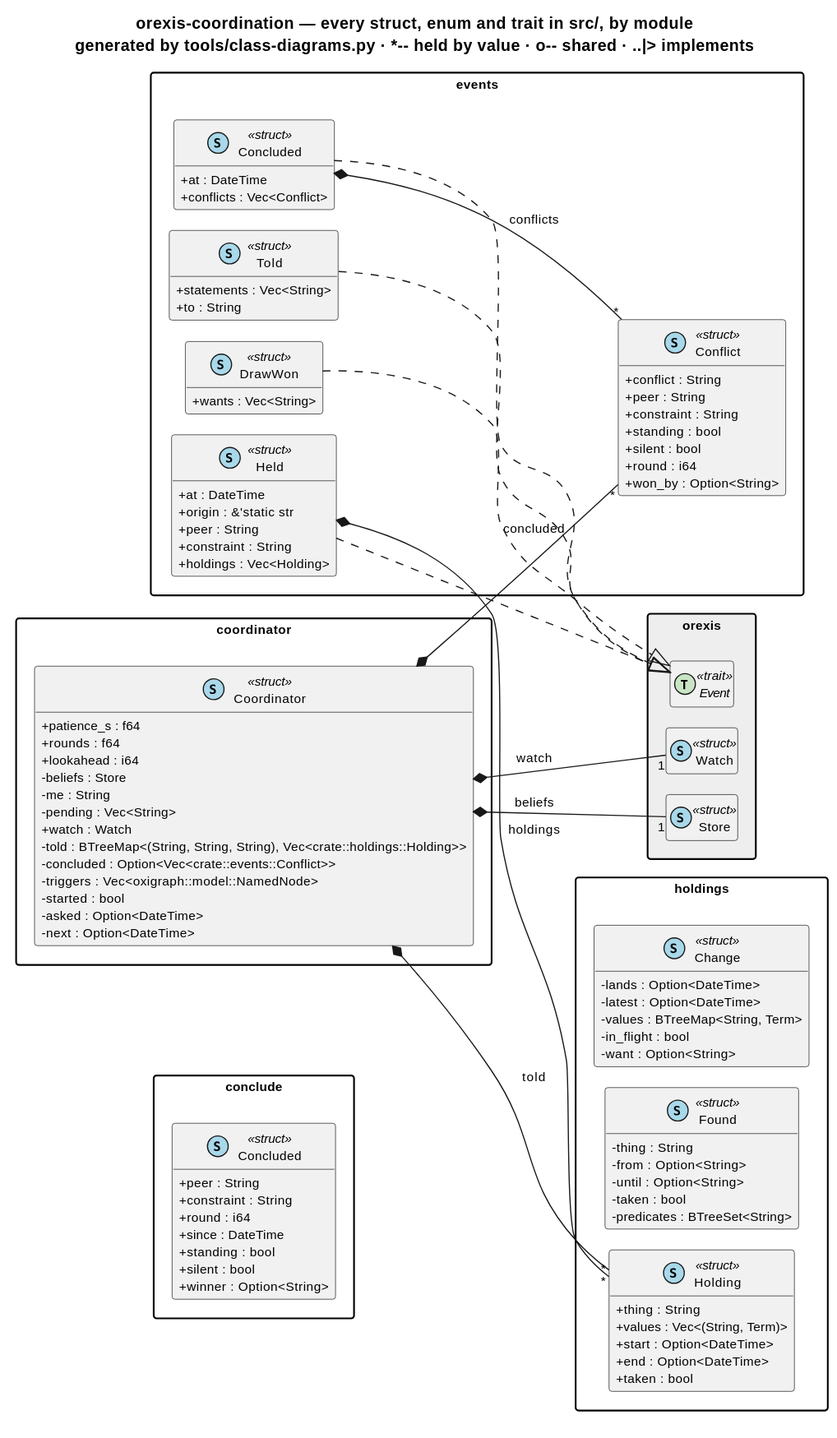
This is knowledge/diagrams/package-orexis-coordination.svg from ShishkinDmitriy/orexis, a PlantUML export, as it was before one commit.
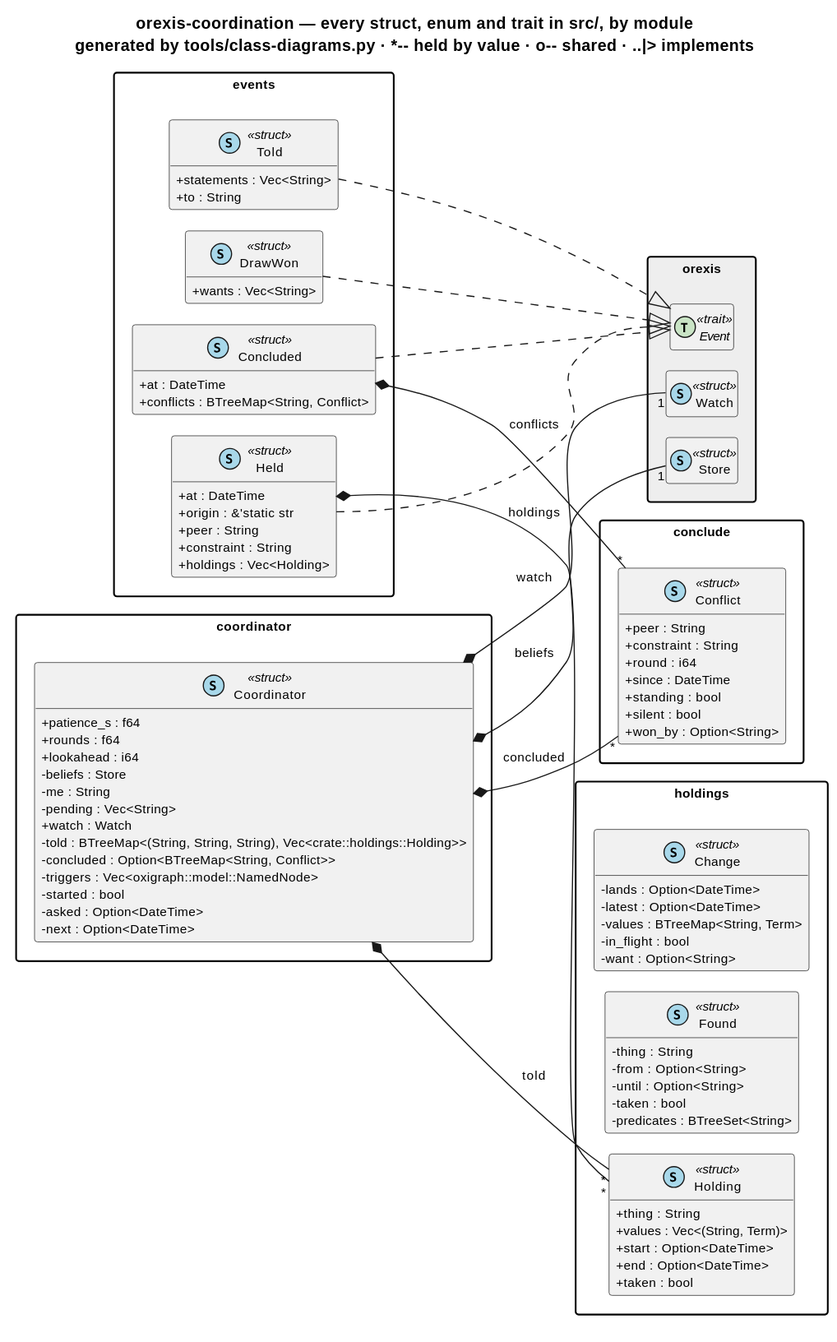
Later version of the same file.

What changed in the source:
```diff
@@ -9,14 +9,14 @@
 left to right direction
 
 package "conclude" {
-  class "Concluded" as orexis_coordination__conclude__Concluded << (S,#A8D8EA) struct >> {
+  class "Conflict" as orexis_coordination__conclude__Conflict << (S,#A8D8EA) struct >> {
     {field} +peer : String
     {field} +constraint : String
     {field} +round : i64
     {field} +since : DateTime
     {field} +standing : bool
     {field} +silent : bool
-    {field} +winner : Option<String>
+    {field} +won_by : Option<String>
   }
 }
 package "coordinator" {
@@ -29,7 +29,7 @@
     {field} -pending : Vec<String>
     {field} +watch : Watch
     {field} -told : BTreeMap<(String, String, String), Vec<crate::holdings::Holding>>
-    {field} -concluded : Option<Vec<crate::events::Conflict>>
+    {field} -concluded : Option<BTreeMap<String, Conflict>>
     {field} -triggers : Vec<oxigraph::model::NamedNode>
     {field} -started : bool
     {field} -asked : Option<DateTime>
@@ -39,16 +39,7 @@
 package "events" {
   class "Concluded" as orexis_coordination__events__Concluded << (S,#A8D8EA) struct >> {
     {field} +at : DateTime
-    {field} +conflicts : Vec<Conflict>
-  }
-  class "Conflict" as orexis_coordination__events__Conflict << (S,#A8D8EA) struct >> {
-    {field} +conflict : String
-    {field} +peer : String
-    {field} +constraint : String
-    {field} +standing : bool
-    {field} +silent : bool
-    {field} +round : i64
-    {field} +won_by : Option<String>
+    {field} +conflicts : BTreeMap<String, Conflict>
   }
   class "DrawWon" as orexis_coordination__events__DrawWon << (S,#A8D8EA) struct >> {
     {field} +wants : Vec<String>
@@ -95,12 +86,12 @@
   class "Store" as orexis__store__Store << (S,#A8D8EA) struct >>
 }
 
-orexis_coordination__events__Concluded *-- "*" orexis_coordination__events__Conflict : conflicts
 orexis_coordination__coordinator__Coordinator *-- "1" orexis__store__Store : beliefs
 orexis_coordination__coordinator__Coordinator *-- "1" orexis__events__Watch : watch
 orexis_coordination__coordinator__Coordinator *-- "*" orexis_coordination__holdings__Holding : told
-orexis_coordination__coordinator__Coordinator *-- "*" orexis_coordination__events__Conflict : concluded
+orexis_coordination__coordinator__Coordinator *-- "*" orexis_coordination__conclude__Conflict : concluded
 orexis_coordination__events__Held *-- "*" orexis_coordination__holdings__Holding : holdings
+orexis_coordination__events__Concluded *-- "*" orexis_coordination__conclude__Conflict : conflicts
 orexis_coordination__events__Concluded ..|> orexis__events__Event
 orexis_coordination__events__DrawWon ..|> orexis__events__Event
 orexis_coordination__events__Held ..|> orexis__events__Event
```
